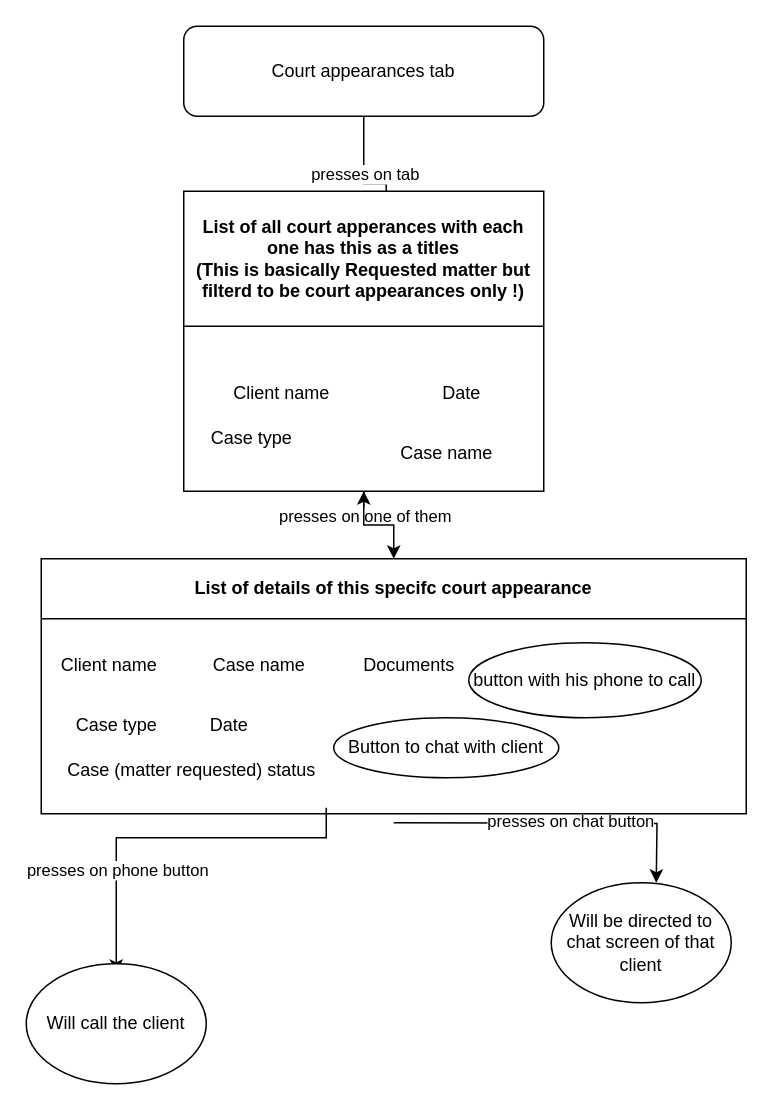
Above: page "CourtAppearancesTab" (7 of 10) of LawyerApp.drawio in tariq7299/LawyerPrep (draw.io), before the change. Source tidied: cells renumbered, new cells numbered last; positions are measured from the earlier drawing's top-left corner, leaving out a move shared by most shapes. Both pictures are drawn from the tidied source at 150%, with x=0, y=0 at pixel (26, 26).
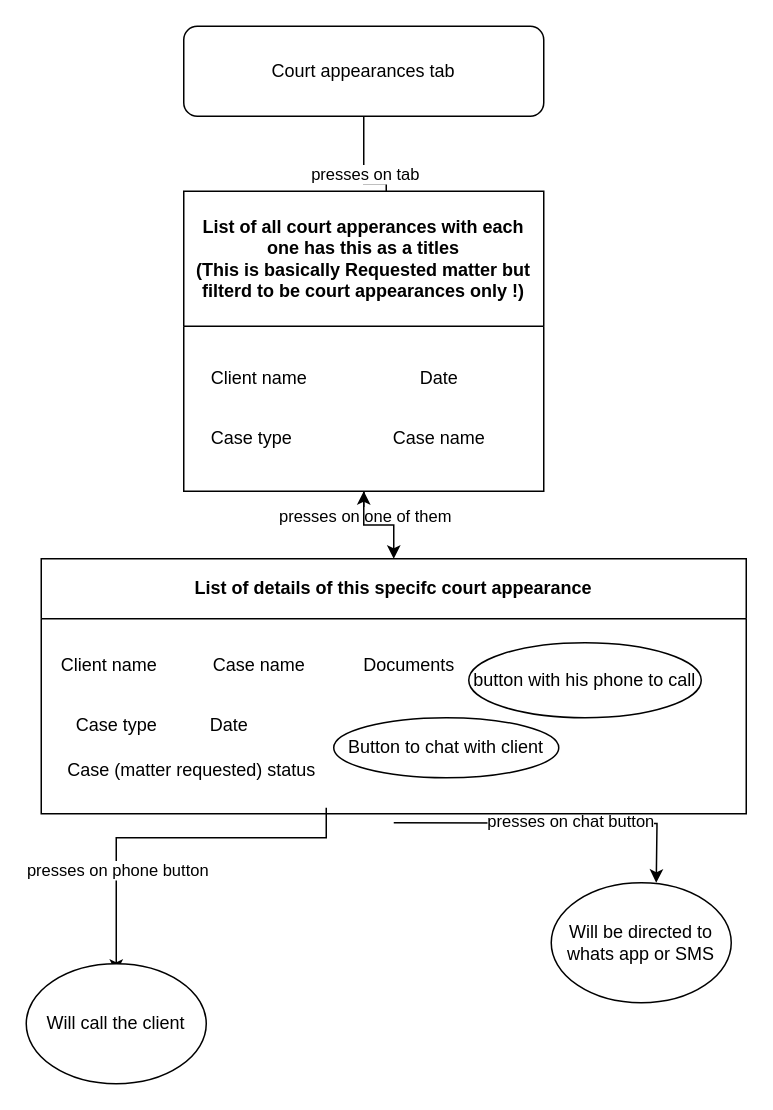
After the change.

The change refers to these unchanged cells:
```xml
<mxCell id="8" value="List of all court apperances with each one has this as a titles&lt;br&gt;(This is basically Requested matter but filterd to be court appearances only !)" style="swimlane;whiteSpace=wrap;html=1;startSize=90;" parent="1" vertex="1">
  <mxGeometry x="105" y="110" width="240" height="200" as="geometry" />
</mxCell>
```

The edit, as a diff of the source:
```diff
@@
     <mxCell id="9" value="Client name" style="text;html=1;align=center;verticalAlign=middle;strokeColor=none;fillColor=none;" parent="8" vertex="1">
-      <mxGeometry x="20" y="120" width="90" height="30" as="geometry" />
+      <mxGeometry x="5" y="110" width="90" height="30" as="geometry" />
     </mxCell>
     <mxCell id="10" value="Case name" style="text;html=1;align=center;verticalAlign=middle;strokeColor=none;fillColor=none;" parent="8" vertex="1">
-      <mxGeometry x="135" y="160" width="80" height="30" as="geometry" />
+      <mxGeometry x="130" y="150" width="80" height="30" as="geometry" />
     </mxCell>
@@
     <mxCell id="12" value="Date" style="text;html=1;align=center;verticalAlign=middle;strokeColor=none;fillColor=none;" parent="8" vertex="1">
-      <mxGeometry x="160" y="120" width="50" height="30" as="geometry" />
+      <mxGeometry x="145" y="110" width="50" height="30" as="geometry" />
     </mxCell>
@@
-    <mxCell id="26" value="Will be directed to chat screen of that client" style="ellipse;whiteSpace=wrap;html=1;" parent="1" vertex="1">
+    <mxCell id="26" value="Will be directed to whats app or SMS" style="ellipse;whiteSpace=wrap;html=1;" parent="1" vertex="1">
       <mxGeometry x="350" y="571" width="120" height="80" as="geometry" />
     </mxCell>
```
